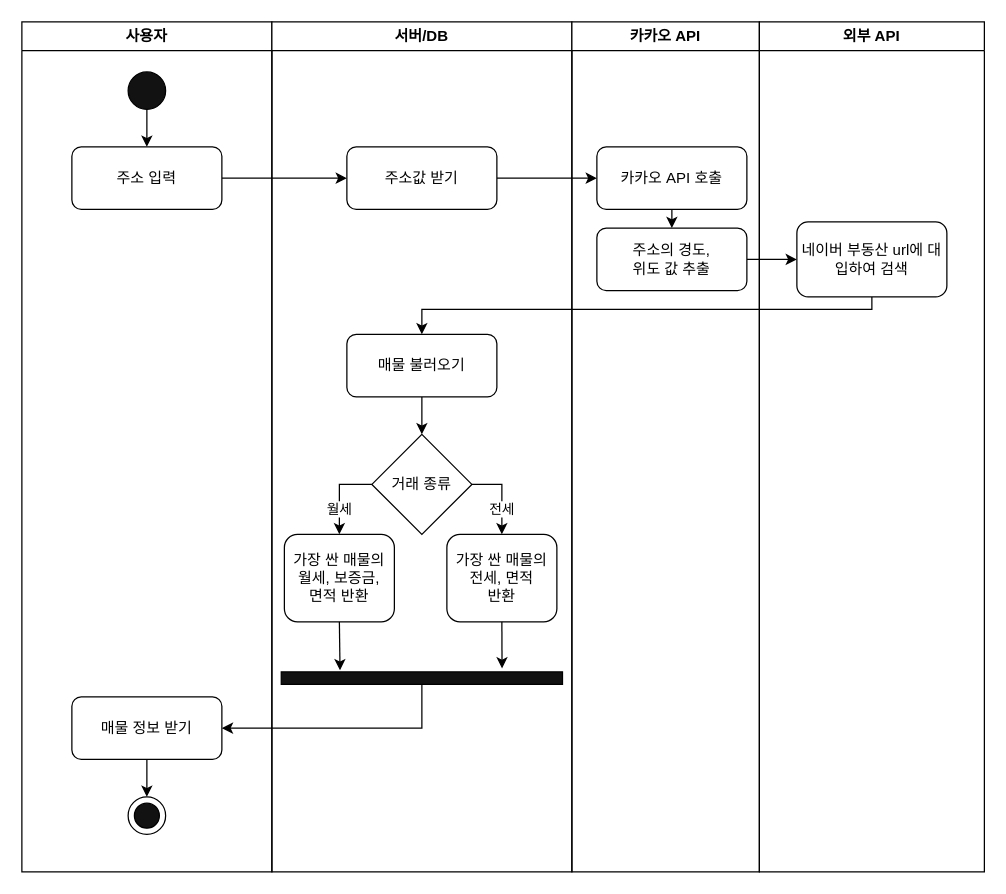
Before: 어느집이저렴할까.drawio in VegetableKim/-, a draw.io diagram. Source tidied: cells renumbered, new cells numbered last; positions are measured from the earlier drawing's top-left corner, leaving out a move shared by most shapes. Both pictures are drawn from the tidied source at 125%, with x=0, y=0 at pixel (21, 21).
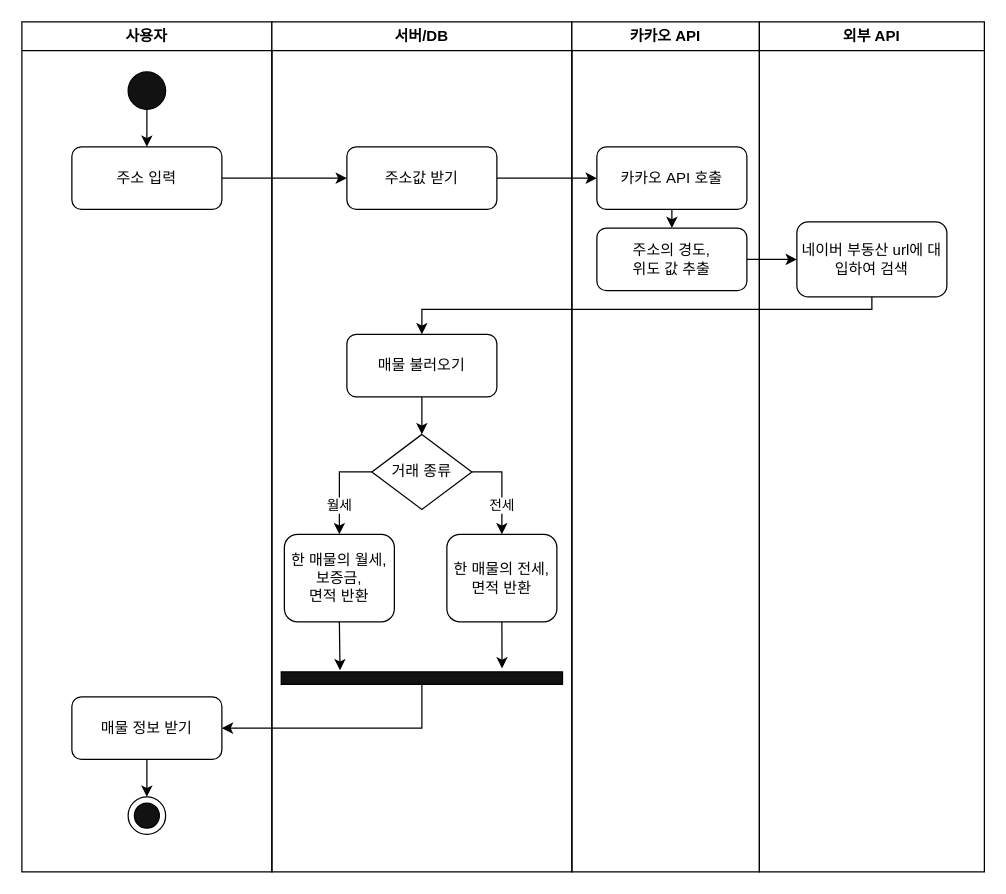
The same diagram, later.

Commit message:
어느집이저렴할까.drawio 업데이트

Unchanged cells that the change refers to:
```xml
<mxCell id="25" value="서버/DB" style="swimlane;whiteSpace=wrap;html=1;" parent="1" vertex="1">
  <mxGeometry x="200" width="240" height="680" as="geometry" />
</mxCell>
```

Change to the diagram source:
```diff
@@
-    <mxCell id="10" value="거래 종류" style="rhombus;whiteSpace=wrap;html=1;" parent="1" vertex="1">
-      <mxGeometry x="280" y="330" width="80" height="80" as="geometry" />
-    </mxCell>
-    <mxCell id="11" value="가장 싼 매물의 전세, 면적&lt;br&gt;반환" style="rounded=1;whiteSpace=wrap;html=1;" parent="1" vertex="1">
+    <mxCell id="11" value="한 매물의 전세, 면적 반환" style="rounded=1;whiteSpace=wrap;html=1;" parent="1" vertex="1">
       <mxGeometry x="340" y="410" width="88" height="70" as="geometry" />
     </mxCell>
@@
-    <mxCell id="14" value="가장 싼 매물의 월세, 보증금,&lt;br&gt;면적 반환" style="rounded=1;whiteSpace=wrap;html=1;" parent="1" vertex="1">
+    <mxCell id="14" value="한 매물의 월세, 보증금,&lt;br&gt;면적 반환" style="rounded=1;whiteSpace=wrap;html=1;" parent="1" vertex="1">
       <mxGeometry x="210" y="410" width="88" height="70" as="geometry" />
     </mxCell>
@@
+    <mxCell id="10" value="거래 종류" style="rhombus;whiteSpace=wrap;html=1;" parent="25" vertex="1">
+      <mxGeometry x="80" y="330" width="80" height="60" as="geometry" />
+    </mxCell>
```
